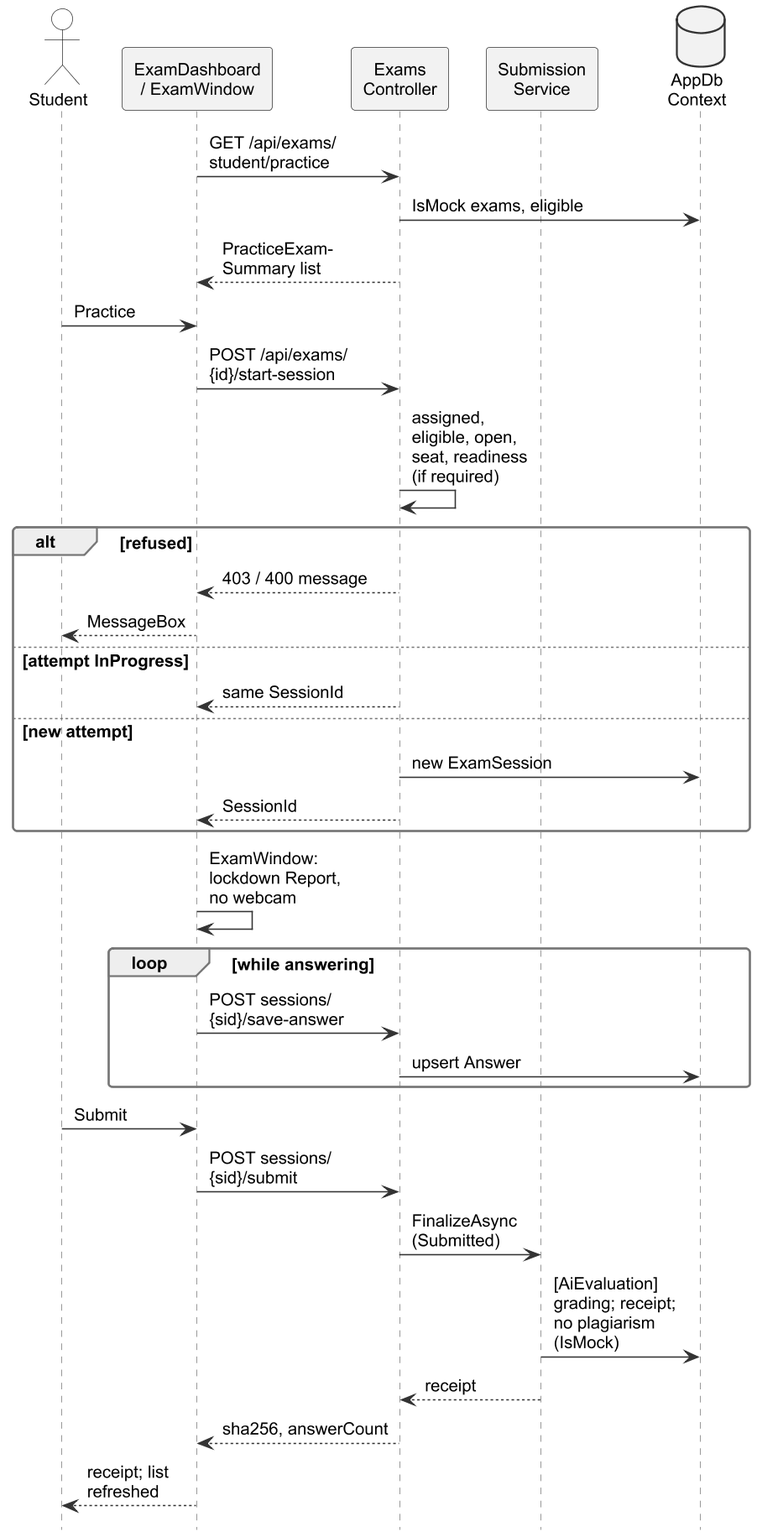
The PlantUML diagram important docs/fyp_doc_3chatp/Figures/seq_readiness.png in Haiderali27-hub/AI-Lab-Monitoring-, before a commit. The source it was exported from:
```plantuml
@startuml
!include style.iuml
skinparam ArrowFontSize 13
skinparam defaultFontSize 13
hide footbox
skinparam ParticipantPadding 0
skinparam sequence {
  MessageAlign left
}
skinparam maxMessageSize 300

actor Student
participant "ExamDashboard\n/ ExamWindow" as UI
participant "Exams\nController" as EC
participant "Submission\nService" as SS
database "AppDb\nContext" as DB

UI -> EC : GET /api/exams/\nstudent/practice
EC -> DB : IsMock exams, eligible
EC --> UI : PracticeExam-\nSummary list
Student -> UI : Practice
UI -> EC : POST /api/exams/\n{id}/start-session
EC -> EC : assigned,\neligible, open,\nseat, readiness\n(if required)
alt refused
  EC --> UI : 403 / 400 message
  UI --> Student : MessageBox
else attempt InProgress
  EC --> UI : same SessionId
else new attempt
  EC -> DB : new ExamSession
  EC --> UI : SessionId
end
UI -> UI : ExamWindow:\nlockdown Report,\nno webcam
loop while answering
  UI -> EC : POST sessions/\n{sid}/save-answer
  EC -> DB : upsert Answer
end
Student -> UI : Submit
UI -> EC : POST sessions/\n{sid}/submit
EC -> SS : FinalizeAsync\n(Submitted)
SS -> DB : [AiEvaluation]\ngrading; receipt;\nno plagiarism\n(IsMock)
SS --> EC : receipt
EC --> UI : sha256, answerCount
UI --> Student : receipt; list\nrefreshed
@enduml
```
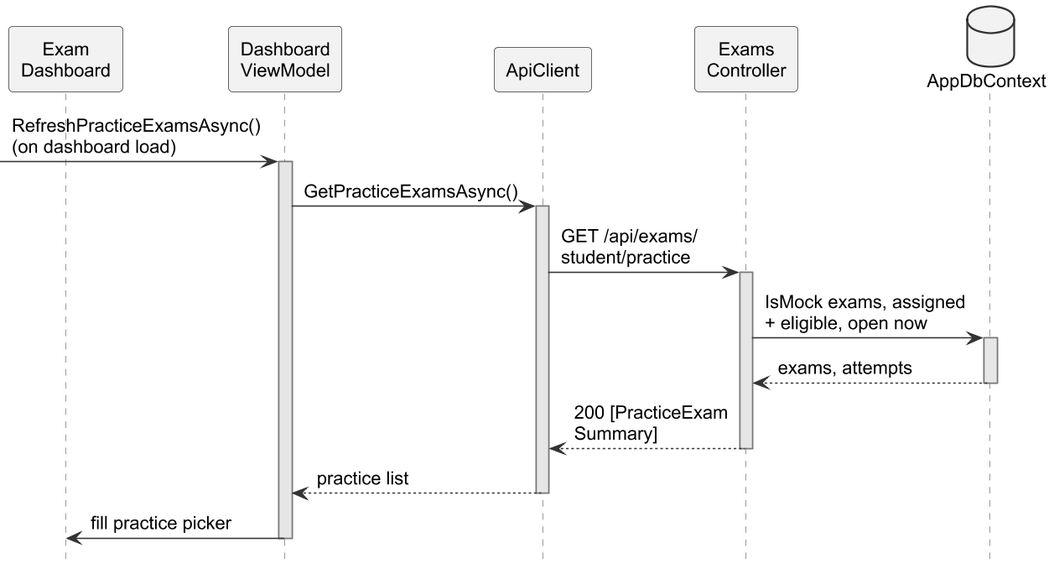
After the change.

The edit, as a diff of the source:
```diff
@@ -1,45 +1,40 @@
 @startuml
 !include style.iuml
-skinparam ArrowFontSize 13
-skinparam defaultFontSize 13
+skinparam defaultFontSize 14
+skinparam ArrowFontSize 14
 hide footbox
-skinparam ParticipantPadding 0
+hide unlinked
+skinparam ParticipantPadding 2
+skinparam BoxPadding 0
+skinparam maxMessageSize 200
 skinparam sequence {
   MessageAlign left
+  LifeLineBackgroundColor #E6E6E6
 }
-skinparam maxMessageSize 300
 
 actor Student
-participant "ExamDashboard\n/ ExamWindow" as UI
+participant "Exam\nDashboard" as UI
+participant "Exam\nWindow" as EW
+participant "Dashboard\nViewModel" as VM
+participant "ApiClient" as API
 participant "Exams\nController" as EC
-participant "Submission\nService" as SS
-database "AppDb\nContext" as DB
+database "AppDbContext" as DB
 
-UI -> EC : GET /api/exams/\nstudent/practice
-EC -> DB : IsMock exams, eligible
-EC --> UI : PracticeExam-\nSummary list
-Student -> UI : Practice
-UI -> EC : POST /api/exams/\n{id}/start-session
-EC -> EC : assigned,\neligible, open,\nseat, readiness\n(if required)
-alt refused
-  EC --> UI : 403 / 400 message
-  UI --> Student : MessageBox
-else attempt InProgress
-  EC --> UI : same SessionId
-else new attempt
-  EC -> DB : new ExamSession
-  EC --> UI : SessionId
-end
-UI -> UI : ExamWindow:\nlockdown Report,\nno webcam
-loop while answering
-  UI -> EC : POST sessions/\n{sid}/save-answer
-  EC -> DB : upsert Answer
-end
-Student -> UI : Submit
-UI -> EC : POST sessions/\n{sid}/submit
-EC -> SS : FinalizeAsync\n(Submitted)
-SS -> DB : [AiEvaluation]\ngrading; receipt;\nno plagiarism\n(IsMock)
-SS --> EC : receipt
-EC --> UI : sha256, answerCount
-UI --> Student : receipt; list\nrefreshed
+[-> VM : RefreshPracticeExamsAsync()\n(on dashboard load)
+activate VM
+VM -> API : GetPracticeExamsAsync()
+activate API
+API -> EC : GET /api/exams/\nstudent/practice
+activate EC
+EC -> DB : IsMock exams, assigned\n+ eligible, open now
+activate DB
+DB --> EC : exams, attempts
+deactivate DB
+EC --> API : 200 [PracticeExam\nSummary]
+deactivate EC
+API --> VM : practice list
+deactivate API
+VM -> UI : fill practice picker
+deactivate VM
+
 @enduml
```
